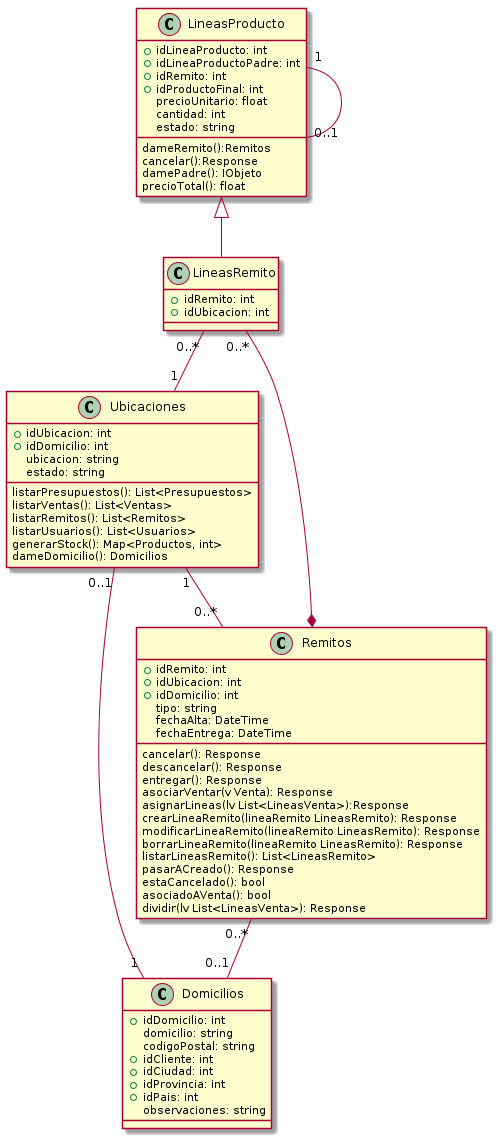
This is Informe Final/Imagenes/DiagramaClases/Vistas/vistaEntregas.png from ZMGestion/DocumentacionZMGestion, a PlantUML export, as it was before one commit.
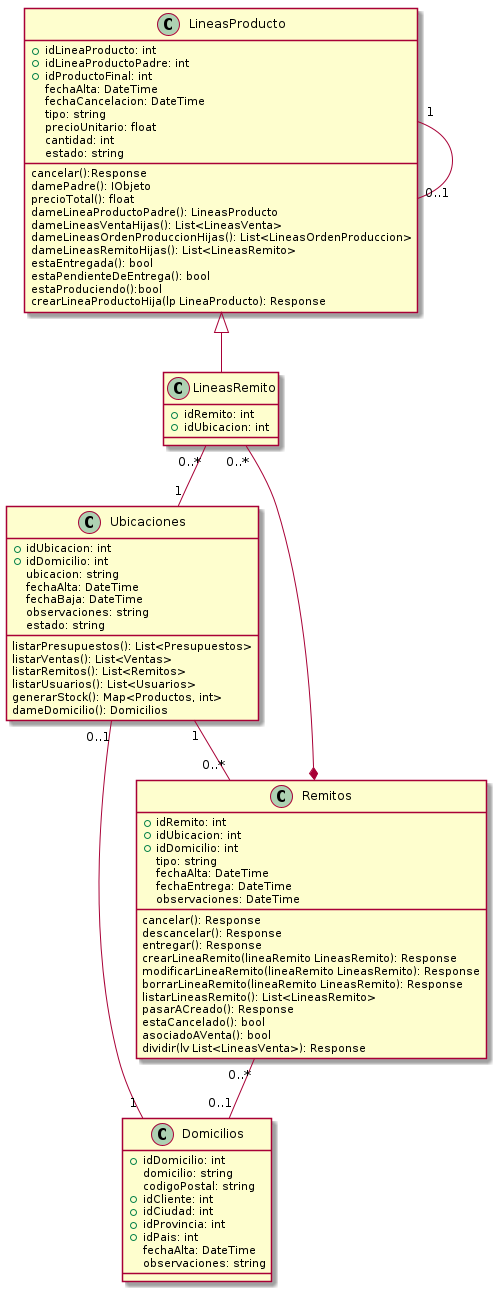
Above is the later version.

Diff of the diagram source:
```diff
@@ -3,6 +3,9 @@
     +idUbicacion: int
     +idDomicilio: int
     ubicacion: string
+    fechaAlta: DateTime
+    fechaBaja: DateTime
+    observaciones: string
     estado: string
 
     listarPresupuestos(): List<Presupuestos>
@@ -20,6 +23,7 @@
     +idCiudad: int
     +idProvincia: int
     +idPais: int
+    fechaAlta: DateTime
     observaciones: string
 
 
@@ -27,16 +31,26 @@
 class LineasProducto{
     +idLineaProducto: int
     +idLineaProductoPadre: int
-    +idRemito: int
     +idProductoFinal: int
+    fechaAlta: DateTime
+    fechaCancelacion: DateTime
+    tipo: string
     precioUnitario: float
     cantidad: int
     estado: string
 
-    dameRemito():Remitos
+
     cancelar():Response
     damePadre(): IObjeto
     precioTotal(): float
+    dameLineaProductoPadre(): LineasProducto
+    dameLineasVentaHijas(): List<LineasVenta>
+    dameLineasOrdenProduccionHijas(): List<LineasOrdenProduccion>
+    dameLineasRemitoHijas(): List<LineasRemito>
+    estaEntregada(): bool
+    estaPendienteDeEntrega(): bool
+    estaProduciendo():bool
+    crearLineaProductoHija(lp LineaProducto): Response
 }
 class LineasRemito{
     +idRemito: int
@@ -50,12 +64,11 @@
     tipo: string
     fechaAlta: DateTime
     fechaEntrega: DateTime
+    observaciones: DateTime
 
     cancelar(): Response
     descancelar(): Response
     entregar(): Response
-    asociarVentar(v Venta): Response
-    asignarLineas(lv List<LineasVenta>):Response
     crearLineaRemito(lineaRemito LineasRemito): Response
     modificarLineaRemito(lineaRemito LineasRemito): Response
     borrarLineaRemito(lineaRemito LineasRemito): Response
```
